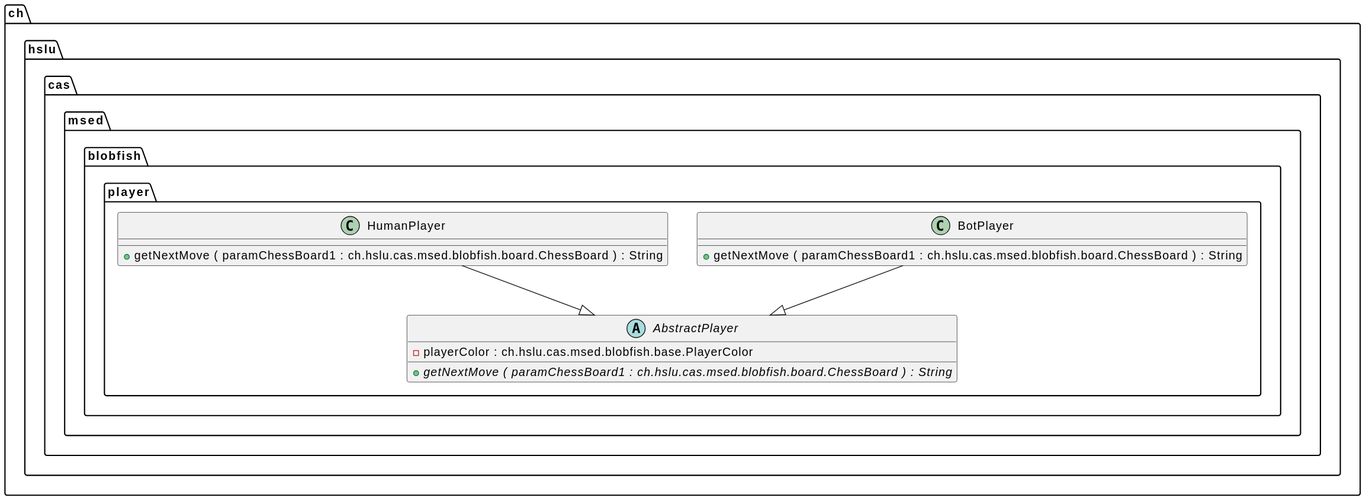
Above: docs/generated-diagrams/player.svg in l2c0r3/blobfish (PlantUML), before the change.
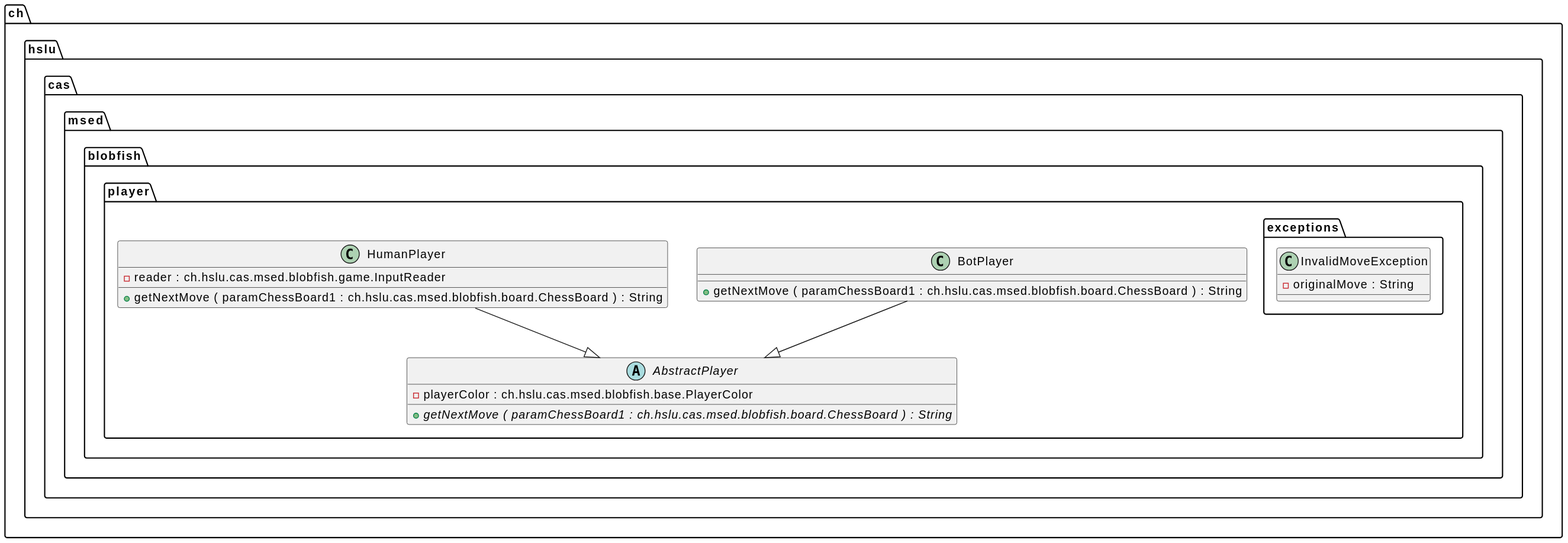
The same diagram one commit later.

Diff of the diagram source:
```diff
@@ -11,7 +11,13 @@
 
 
 class ch.hslu.cas.msed.blobfish.player.HumanPlayer {
+	{field} -reader : ch.hslu.cas.msed.blobfish.game.InputReader
 	{method} +getNextMove ( paramChessBoard1 : ch.hslu.cas.msed.blobfish.board.ChessBoard ) : String
+}
+
+
+class ch.hslu.cas.msed.blobfish.player.exceptions.InvalidMoveException {
+	{field} -originalMove : String
 }
 
 
```
